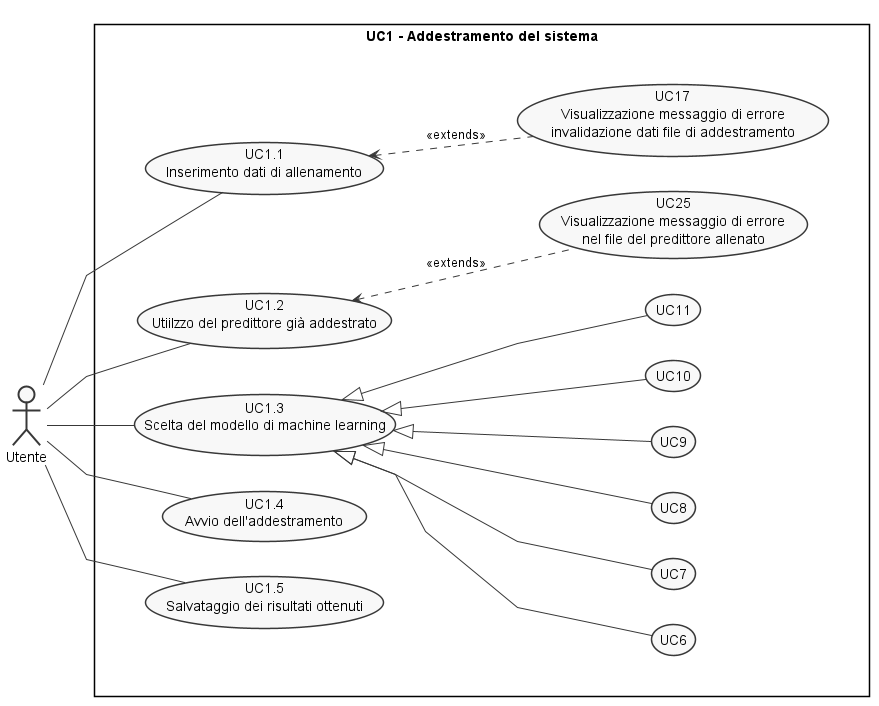
Earlier version of the PlantUML export esterni/analisi-dei-requisiti/components/casi-duso/diagrams/out/uc1.png (sofiabononi/project-docs).
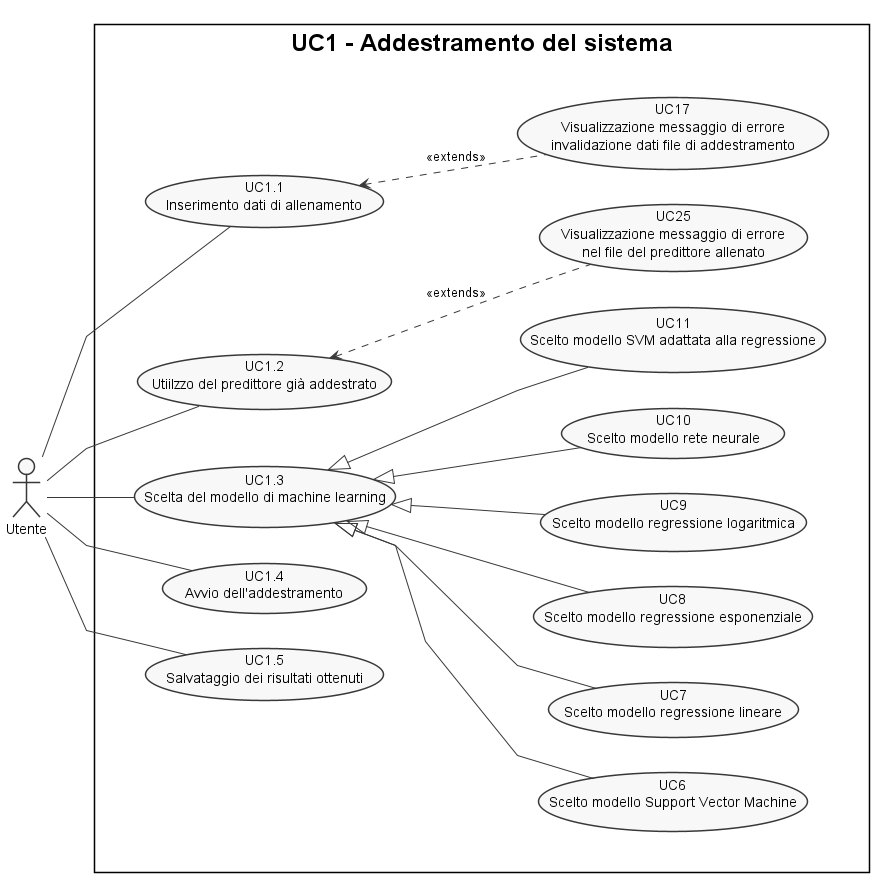
The same file after the commit.

What changed in the source:
```diff
@@ -1,11 +1,7 @@
 @startuml uc1
-left to right direction
-skinparam {
-  Monochrome true
-  Linetype polyline
-  Shadowing false
-}
+!include ../style.pu
 
+skinparam RectangleFontSize 24
 
 actor :Utente: as A
 
@@ -18,12 +14,12 @@
     usecase (UC1.5) as "UC1.5\n Salvataggio dei risultati ottenuti"
     usecase (UC17) as "UC17\n Visualizzazione messaggio di errore\n invalidazione dati file di addestramento"
     usecase (UC25) as "UC25\n  Visualizzazione messaggio di errore\n nel file del predittore allenato"
-    usecase (UC6)
-    usecase (UC7)
-    usecase (UC8)
-    usecase (UC9)
-    usecase (UC10)
-    usecase (UC11)
+    usecase (UC6) as "UC6\n Scelto modello Support Vector Machine"
+    usecase (UC7) as "UC7\n Scelto modello regressione lineare"
+    usecase (UC8) as "UC8\n Scelto modello regressione esponenziale"
+    usecase (UC9) as "UC9\n Scelto modello regressione logaritmica"
+    usecase (UC10) as "UC10\n Scelto modello rete neurale"
+    usecase (UC11) as "UC11\n Scelto modello SVM adattata alla regressione"
   }
 }
 
```
